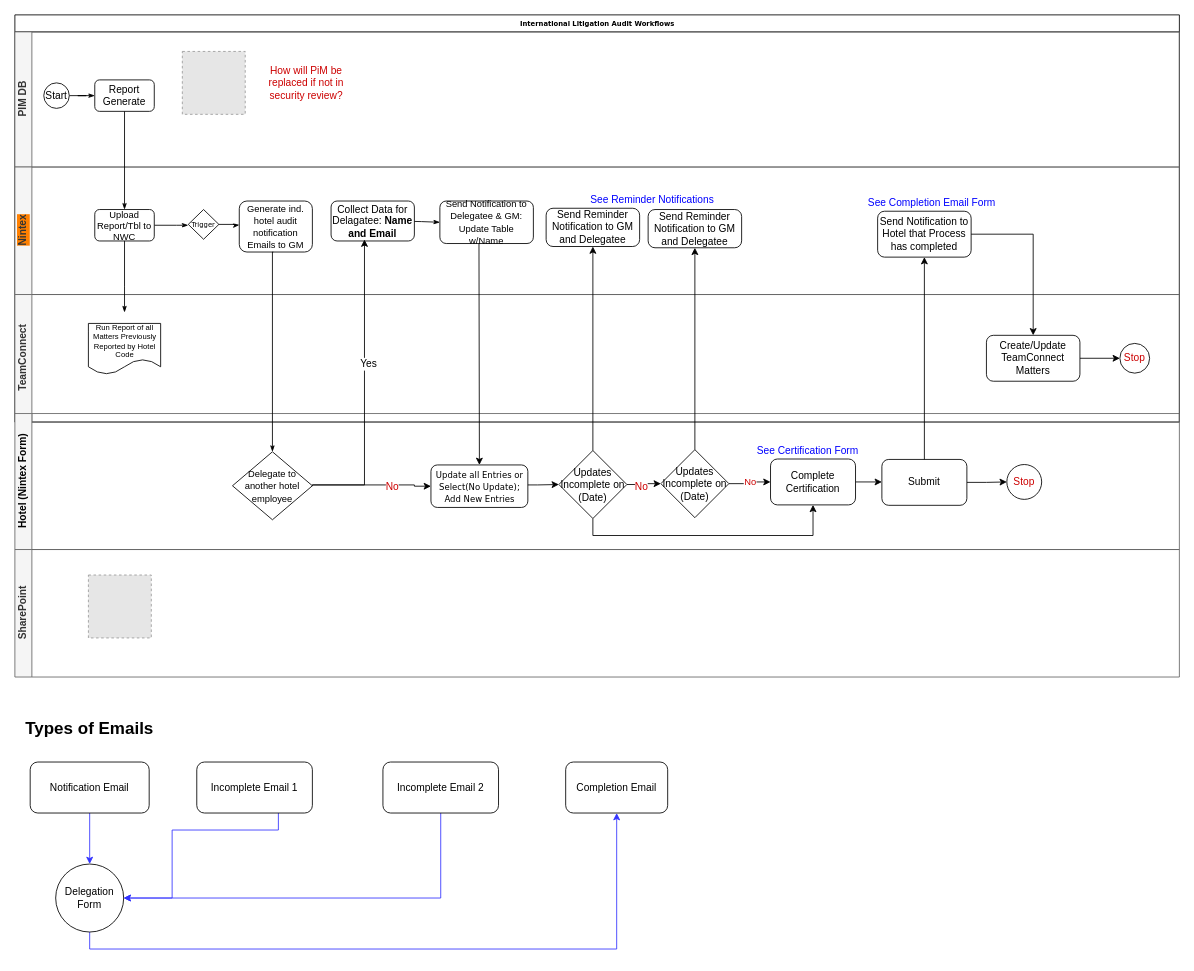
Above: page "Data Flow" (1 of 6) of Nintex Workflow Cloud.drawio in ednat14/edna (draw.io), before the change. Source tidied: cells renumbered, new cells numbered last; positions are measured from the earlier drawing's top-left corner, leaving out a move shared by most shapes. Both pictures are drawn from the tidied source at 85%, with x=0, y=0 at pixel (14, 14). Pictures stored in the file or linked from it are replaced by grey dashed boxes.
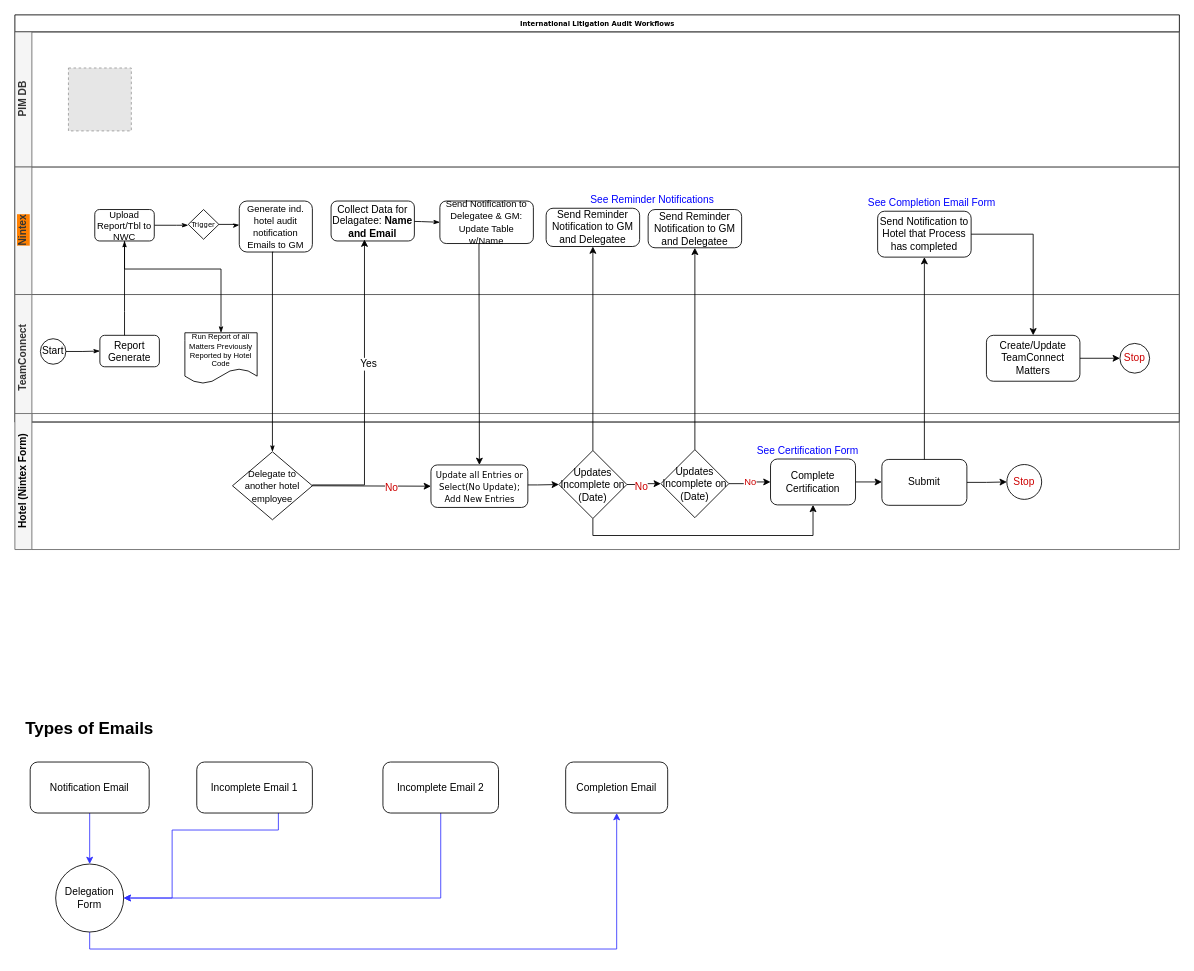
Above is the later version.

Unchanged cells that the change refers to:
```xml
<mxCell id="2" value="International Litigation Audit Workflows" style="swimlane;html=1;horizontal=1;startSize=20;rounded=0;shadow=0;labelBackgroundColor=none;strokeColor=#000000;strokeWidth=1;fillColor=#ffffff;fontFamily=Verdana;fontSize=8;fontColor=#000000;align=center;" parent="1" vertex="1">
  <mxGeometry width="1370" height="479" as="geometry" />
</mxCell>
<mxCell id="3" value="PIM DB" style="swimlane;html=1;startSize=20;horizontal=0;fillColor=#f5f5f5;strokeColor=#666666;fontColor=#333333;" parent="2" vertex="1">
  <mxGeometry y="20" width="1370" height="159" as="geometry" />
</mxCell>
<mxCell id="11" value="&lt;font face=&quot;Helvetica&quot; style=&quot;font-size: 11px&quot;&gt;Upload Report/Tbl to NWC&lt;/font&gt;" style="rounded=1;whiteSpace=wrap;html=1;shadow=0;labelBackgroundColor=none;strokeColor=#000000;strokeWidth=1;fillColor=#ffffff;fontFamily=Verdana;fontSize=8;fontColor=#000000;align=center;" parent="9" vertex="1">
  <mxGeometry x="94" y="50" width="70" height="37" as="geometry" />
</mxCell>
<mxCell id="23" value="TeamConnect" style="swimlane;html=1;startSize=20;horizontal=0;fillColor=#f5f5f5;strokeColor=#666666;fontColor=#333333;" parent="2" vertex="1">
  <mxGeometry y="329" width="1370" height="150" as="geometry" />
</mxCell>
<mxCell id="31" value="&lt;span&gt;&lt;font color=&quot;#000000&quot;&gt;Hotel (Nintex Form)&lt;/font&gt;&lt;br&gt;&lt;/span&gt;" style="swimlane;html=1;startSize=20;horizontal=0;fillColor=#f5f5f5;strokeColor=#666666;fontColor=#333333;" parent="1" vertex="1">
  <mxGeometry y="469" width="1370" height="160" as="geometry" />
</mxCell>
<mxCell id="47" value="&lt;span style=&quot;white-space: normal&quot;&gt;&lt;font style=&quot;font-size: 11px&quot;&gt;Delegate to another hotel employee&lt;/font&gt;&lt;/span&gt;" style="rhombus;whiteSpace=wrap;html=1;labelBackgroundColor=none;fontColor=#000000;" parent="31" vertex="1">
  <mxGeometry x="256" y="45" width="94" height="80" as="geometry" />
</mxCell>
<mxCell id="48" value="&lt;span style=&quot;font-family: &amp;#34;verdana&amp;#34; ; white-space: normal&quot;&gt;&lt;font style=&quot;font-size: 10px&quot;&gt;Update all Entries or Select(No Update); Add New Entries&lt;/font&gt;&lt;/span&gt;" style="rounded=1;whiteSpace=wrap;html=1;" parent="31" vertex="1">
  <mxGeometry x="489.5" y="60.5" width="114" height="50" as="geometry" />
</mxCell>
```

Change to the diagram source:
```diff
@@
-    <mxCell id="4" style="edgeStyle=orthogonalEdgeStyle;rounded=0;html=1;labelBackgroundColor=none;startArrow=none;startFill=0;startSize=5;endArrow=classicThin;endFill=1;endSize=5;jettySize=auto;strokeColor=#000000;strokeWidth=1;fontFamily=Verdana;fontSize=8;fontColor=#000000;" parent="3" edge="1" source="5" target="6">
-      <mxGeometry relative="1" as="geometry" />
-    </mxCell>
-    <mxCell id="5" value="&lt;font face=&quot;Helvetica&quot; style=&quot;font-size: 12px&quot;&gt;Start&lt;/font&gt;" style="ellipse;whiteSpace=wrap;html=1;rounded=0;shadow=0;labelBackgroundColor=none;strokeColor=#000000;strokeWidth=1;fillColor=#ffffff;fontFamily=Verdana;fontSize=8;fontColor=#000000;align=center;" parent="3" vertex="1">
-      <mxGeometry x="34" y="60" width="30" height="30" as="geometry" />
-    </mxCell>
-    <mxCell id="6" value="&lt;font face=&quot;Helvetica&quot; style=&quot;font-size: 12px&quot;&gt;Report Generate&lt;/font&gt;" style="rounded=1;whiteSpace=wrap;html=1;shadow=0;labelBackgroundColor=none;strokeColor=#000000;strokeWidth=1;fillColor=#ffffff;fontFamily=Verdana;fontSize=8;fontColor=#000000;align=center;" parent="3" vertex="1">
-      <mxGeometry x="94" y="56.5" width="70" height="37" as="geometry" />
-    </mxCell>
     <mxCell id="7" style="fillColor=#E6E6E6;strokeColor=#999999;dashed=1;html=1;verticalAlign=top;verticalLabelPosition=bottom;labelBackgroundColor=#ffffff;" parent="3" vertex="1">
-      <mxGeometry x="197" y="23" width="74" height="74" as="geometry" />
+      <mxGeometry x="63" y="42.5" width="74" height="74" as="geometry" />
     </mxCell>
-    <mxCell id="8" value="How will PiM be replaced if not in security review?" style="text;strokeColor=none;fillColor=none;align=center;verticalAlign=middle;whiteSpace=wrap;rounded=0;fontColor=#CC0000;" parent="3" vertex="1">
-      <mxGeometry x="278" y="30" width="130" height="60" as="geometry" />
-    </mxCell>
@@
     <mxCell id="24" value="&lt;span style=&quot;white-space: normal&quot;&gt;&lt;font style=&quot;font-size: 9px&quot;&gt;Run Report of all Matters Previously Reported by Hotel Code&lt;/font&gt;&lt;/span&gt;" style="shape=document;whiteSpace=wrap;html=1;boundedLbl=1;fontSize=7;" parent="23" vertex="1">
-      <mxGeometry x="86.5" y="34" width="85" height="60" as="geometry" />
+      <mxGeometry x="200" y="45" width="85" height="60" as="geometry" />
     </mxCell>
@@
+    <mxCell id="5" value="&lt;font face=&quot;Helvetica&quot; style=&quot;font-size: 12px&quot;&gt;Start&lt;/font&gt;" style="ellipse;whiteSpace=wrap;html=1;rounded=0;shadow=0;labelBackgroundColor=none;strokeColor=#000000;strokeWidth=1;fillColor=#ffffff;fontFamily=Verdana;fontSize=8;fontColor=#000000;align=center;" parent="23" vertex="1">
+      <mxGeometry x="30" y="52" width="30" height="30" as="geometry" />
+    </mxCell>
+    <mxCell id="6" value="&lt;font face=&quot;Helvetica&quot; style=&quot;font-size: 12px&quot;&gt;Report Generate&lt;/font&gt;" style="rounded=1;whiteSpace=wrap;html=1;shadow=0;labelBackgroundColor=none;strokeColor=#000000;strokeWidth=1;fillColor=#ffffff;fontFamily=Verdana;fontSize=8;fontColor=#000000;align=center;" parent="23" vertex="1">
+      <mxGeometry x="100" y="48" width="70" height="37" as="geometry" />
+    </mxCell>
+    <mxCell id="4" style="edgeStyle=orthogonalEdgeStyle;rounded=0;html=1;labelBackgroundColor=none;startArrow=none;startFill=0;startSize=5;endArrow=classicThin;endFill=1;endSize=5;jettySize=auto;strokeColor=#000000;strokeWidth=1;fontFamily=Verdana;fontSize=8;fontColor=#000000;" parent="23" edge="1" source="5" target="6">
+      <mxGeometry relative="1" as="geometry" />
+    </mxCell>
     <mxCell id="28" style="edgeStyle=orthogonalEdgeStyle;rounded=0;html=1;labelBackgroundColor=none;startArrow=none;startFill=0;startSize=5;endArrow=classicThin;endFill=1;endSize=5;jettySize=auto;strokeColor=#000000;strokeWidth=1;fontFamily=Verdana;fontSize=8;fontColor=#000000;" parent="2" edge="1" source="6" target="11">
-      <mxGeometry relative="1" as="geometry" />
+      <mxGeometry relative="1" as="geometry">
+        <Array as="points">
+          <mxPoint x="129" y="349" />
+          <mxPoint x="129" y="349" />
+        </Array>
+      </mxGeometry>
     </mxCell>
-    <mxCell id="29" style="edgeStyle=orthogonalEdgeStyle;rounded=0;html=1;labelBackgroundColor=none;startArrow=none;startFill=0;startSize=5;endArrow=classicThin;endFill=1;endSize=5;jettySize=auto;strokeColor=#000000;strokeWidth=1;fontFamily=Verdana;fontSize=8;fontColor=#000000;exitX=0.5;exitY=1;exitDx=0;exitDy=0;" parent="2" edge="1" source="11">
+    <mxCell id="29" style="edgeStyle=orthogonalEdgeStyle;rounded=0;html=1;labelBackgroundColor=none;startArrow=none;startFill=0;startSize=5;endArrow=classicThin;endFill=1;endSize=5;jettySize=auto;strokeColor=#000000;strokeWidth=1;fontFamily=Verdana;fontSize=8;fontColor=#000000;exitX=0.5;exitY=1;exitDx=0;exitDy=0;entryX=0.5;entryY=0;entryDx=0;entryDy=0;" parent="2" edge="1" source="11" target="24">
       <mxGeometry x="-0.89" y="15" relative="1" as="geometry">
-        <mxPoint x="129" y="350" as="targetPoint" />
         <Array as="points">
-          <mxPoint x="129" y="320" />
-          <mxPoint x="129" y="320" />
+          <mxPoint x="129" y="299" />
+          <mxPoint x="243" y="299" />
         </Array>
       </mxGeometry>
     </mxCell>
@@
     <mxCell id="45" style="edgeStyle=orthogonalEdgeStyle;rounded=0;jettySize=auto;html=1;exitX=1;exitY=0.5;exitDx=0;exitDy=0;entryX=0;entryY=0.5;entryDx=0;entryDy=0;fontColor=#000000;" parent="31" edge="1" source="47" target="48">
       <mxGeometry relative="1" as="geometry">
         <Array as="points">
-          <mxPoint x="350" y="84" />
-          <mxPoint x="470" y="84" />
-          <mxPoint x="470" y="86" />
+          <mxPoint x="350" y="86" />
         </Array>
       </mxGeometry>
     </mxCell>
@@
-    <mxCell id="50" value="SharePoint" style="swimlane;html=1;startSize=20;horizontal=0;fillColor=#f5f5f5;strokeColor=#666666;fontColor=#333333;" parent="1" vertex="1">
-      <mxGeometry y="629" width="1370" height="150" as="geometry" />
-    </mxCell>
-    <mxCell id="51" style="fillColor=#E6E6E6;strokeColor=#999999;dashed=1;html=1;verticalAlign=top;verticalLabelPosition=bottom;labelBackgroundColor=#ffffff;" parent="50" vertex="1">
-      <mxGeometry x="86.5" y="30" width="74" height="74" as="geometry" />
-    </mxCell>
@@
     <mxCell id="66" style="edgeStyle=orthogonalEdgeStyle;rounded=0;jettySize=auto;html=1;exitX=1;exitY=0.5;exitDx=0;exitDy=0;entryX=0.5;entryY=1;entryDx=0;entryDy=0;fontColor=#000000;" parent="1" edge="1" source="47">
       <mxGeometry relative="1" as="geometry">
         <mxPoint x="411.3" y="264.3" as="targetPoint" />
         <Array as="points">
+          <mxPoint x="350" y="553" />
           <mxPoint x="411" y="553" />
         </Array>
       </mxGeometry>
     </mxCell>
```
